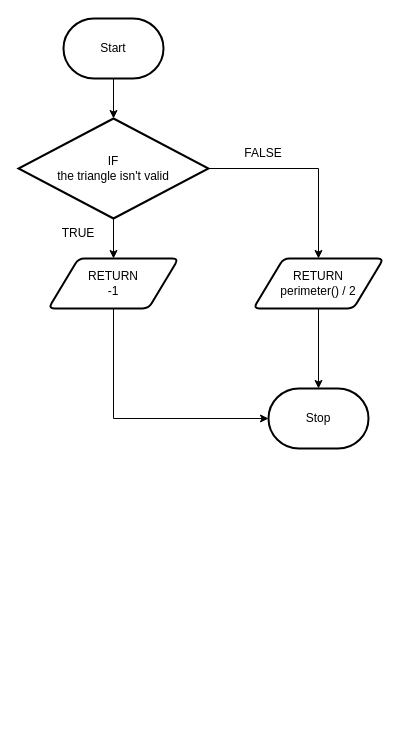
Above: design/design.drawio in sam-corbett/ICS4U-Assignment-3 (draw.io), before the change. Source tidied: cells renumbered, new cells numbered last; positions are measured from the earlier drawing's top-left corner, leaving out a move shared by most shapes. Both pictures are drawn from the tidied source at 100%, with x=0, y=0 at pixel (18, 18).
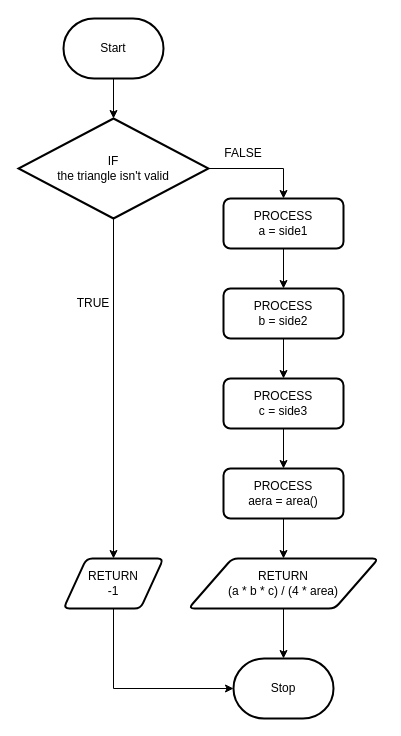
Above is the later version.

Commit message (it also covers changes not shown here):
final flowcharts for the Assignment!

The change refers to these unchanged cells:
```xml
<mxCell id="3" value="Start" style="strokeWidth=2;html=1;shape=mxgraph.flowchart.terminator;whiteSpace=wrap;" parent="1" vertex="1">
  <mxGeometry x="45" width="100" height="60" as="geometry" />
</mxCell>
<mxCell id="7" value="IF&lt;br&gt;the triangle isn't valid" style="strokeWidth=2;html=1;shape=mxgraph.flowchart.decision;whiteSpace=wrap;" parent="1" vertex="1">
  <mxGeometry y="100" width="190" height="100" as="geometry" />
</mxCell>
```

What changed in the source:
```diff
@@
-    <mxCell id="2" style="edgeStyle=orthogonalEdgeStyle;rounded=0;html=1;exitX=0.5;exitY=1;exitDx=0;exitDy=0;exitPerimeter=0;entryX=0.5;entryY=0;entryDx=0;entryDy=0;entryPerimeter=0;" parent="1" edge="1" source="3" target="7">
+    <mxCell id="2" style="edgeStyle=orthogonalEdgeStyle;html=1;exitX=0.5;exitY=1;exitDx=0;exitDy=0;exitPerimeter=0;entryX=0.5;entryY=0;entryDx=0;entryDy=0;entryPerimeter=0;rounded=0;" parent="1" edge="1" source="3" target="7">
       <mxGeometry relative="1" as="geometry" />
     </mxCell>
@@
     <mxCell id="4" value="Stop" style="strokeWidth=2;html=1;shape=mxgraph.flowchart.terminator;whiteSpace=wrap;" parent="1" vertex="1">
-      <mxGeometry x="250" y="370" width="100" height="60" as="geometry" />
+      <mxGeometry x="215" y="640" width="100" height="60" as="geometry" />
     </mxCell>
@@
-    <mxCell id="6" style="edgeStyle=orthogonalEdgeStyle;rounded=0;html=1;exitX=1;exitY=0.5;exitDx=0;exitDy=0;exitPerimeter=0;entryX=0.5;entryY=0;entryDx=0;entryDy=0;" parent="1" edge="1" source="7" target="11">
-      <mxGeometry relative="1" as="geometry" />
-    </mxCell>
+    <mxCell id="14" style="edgeStyle=orthogonalEdgeStyle;rounded=0;html=1;exitX=1;exitY=0.5;exitDx=0;exitDy=0;exitPerimeter=0;entryX=0.5;entryY=0;entryDx=0;entryDy=0;" parent="1" edge="1" source="7" target="18">
+      <mxGeometry relative="1" as="geometry" />
+    </mxCell>
@@
     <mxCell id="9" value="RETURN&lt;br&gt;-1" style="shape=parallelogram;html=1;strokeWidth=2;perimeter=parallelogramPerimeter;whiteSpace=wrap;rounded=1;arcSize=12;size=0.23;" parent="1" vertex="1">
-      <mxGeometry x="30" y="240" width="130" height="50" as="geometry" />
+      <mxGeometry x="45" y="540" width="100" height="50" as="geometry" />
     </mxCell>
-    <mxCell id="10" style="edgeStyle=orthogonalEdgeStyle;rounded=0;html=1;exitX=0.5;exitY=1;exitDx=0;exitDy=0;" parent="1" edge="1" source="11" target="4">
-      <mxGeometry relative="1" as="geometry" />
-    </mxCell>
-    <mxCell id="11" value="RETURN&lt;br&gt;perimeter() / 2" style="shape=parallelogram;html=1;strokeWidth=2;perimeter=parallelogramPerimeter;whiteSpace=wrap;rounded=1;arcSize=12;size=0.23;" parent="1" vertex="1">
-      <mxGeometry x="235" y="240" width="130" height="50" as="geometry" />
-    </mxCell>
+    <mxCell id="15" style="edgeStyle=orthogonalEdgeStyle;rounded=0;html=1;exitX=0.5;exitY=1;exitDx=0;exitDy=0;entryX=0.5;entryY=0;entryDx=0;entryDy=0;" parent="1" edge="1" source="16" target="24">
+      <mxGeometry relative="1" as="geometry" />
+    </mxCell>
+    <mxCell id="16" value="PROCESS&lt;br&gt;aera = area()" style="rounded=1;whiteSpace=wrap;html=1;absoluteArcSize=1;arcSize=14;strokeWidth=2;" parent="1" vertex="1">
+      <mxGeometry x="205" y="450" width="120" height="50" as="geometry" />
+    </mxCell>
     <mxCell id="12" value="TRUE" style="text;html=1;strokeColor=none;fillColor=none;align=center;verticalAlign=middle;whiteSpace=wrap;rounded=0;" parent="1" vertex="1">
-      <mxGeometry x="30" y="200" width="60" height="30" as="geometry" />
+      <mxGeometry x="45" y="270" width="60" height="30" as="geometry" />
     </mxCell>
     <mxCell id="13" value="FALSE" style="text;html=1;strokeColor=none;fillColor=none;align=center;verticalAlign=middle;whiteSpace=wrap;rounded=0;" parent="1" vertex="1">
-      <mxGeometry x="215" y="120" width="60" height="30" as="geometry" />
+      <mxGeometry x="195" y="120" width="60" height="30" as="geometry" />
     </mxCell>
+    <mxCell id="17" style="edgeStyle=orthogonalEdgeStyle;rounded=0;html=1;exitX=0.5;exitY=1;exitDx=0;exitDy=0;entryX=0.5;entryY=0;entryDx=0;entryDy=0;" parent="1" edge="1" source="18" target="20">
+      <mxGeometry relative="1" as="geometry" />
+    </mxCell>
+    <mxCell id="18" value="PROCESS&lt;br&gt;a = side1" style="rounded=1;whiteSpace=wrap;html=1;absoluteArcSize=1;arcSize=14;strokeWidth=2;" parent="1" vertex="1">
+      <mxGeometry x="205" y="180" width="120" height="50" as="geometry" />
+    </mxCell>
+    <mxCell id="19" style="edgeStyle=orthogonalEdgeStyle;rounded=0;html=1;exitX=0.5;exitY=1;exitDx=0;exitDy=0;entryX=0.5;entryY=0;entryDx=0;entryDy=0;" parent="1" edge="1" source="20" target="22">
+      <mxGeometry relative="1" as="geometry" />
+    </mxCell>
+    <mxCell id="20" value="PROCESS&lt;br&gt;b = side2" style="rounded=1;whiteSpace=wrap;html=1;absoluteArcSize=1;arcSize=14;strokeWidth=2;" parent="1" vertex="1">
+      <mxGeometry x="205" y="270" width="120" height="50" as="geometry" />
+    </mxCell>
+    <mxCell id="21" style="edgeStyle=orthogonalEdgeStyle;rounded=0;html=1;exitX=0.5;exitY=1;exitDx=0;exitDy=0;entryX=0.5;entryY=0;entryDx=0;entryDy=0;" parent="1" edge="1" source="22" target="16">
+      <mxGeometry relative="1" as="geometry" />
+    </mxCell>
+    <mxCell id="22" value="PROCESS&lt;br&gt;c = side3" style="rounded=1;whiteSpace=wrap;html=1;absoluteArcSize=1;arcSize=14;strokeWidth=2;" parent="1" vertex="1">
+      <mxGeometry x="205" y="360" width="120" height="50" as="geometry" />
+    </mxCell>
+    <mxCell id="23" style="edgeStyle=orthogonalEdgeStyle;rounded=0;html=1;exitX=0.5;exitY=1;exitDx=0;exitDy=0;entryX=0.5;entryY=0;entryDx=0;entryDy=0;entryPerimeter=0;" parent="1" edge="1" source="24" target="4">
+      <mxGeometry relative="1" as="geometry" />
+    </mxCell>
+    <mxCell id="24" value="RETURN&lt;br&gt;(a * b * c) / (4 * area)" style="shape=parallelogram;html=1;strokeWidth=2;perimeter=parallelogramPerimeter;whiteSpace=wrap;rounded=1;arcSize=12;size=0.23;" parent="1" vertex="1">
+      <mxGeometry x="170" y="540" width="190" height="50" as="geometry" />
+    </mxCell>
```
